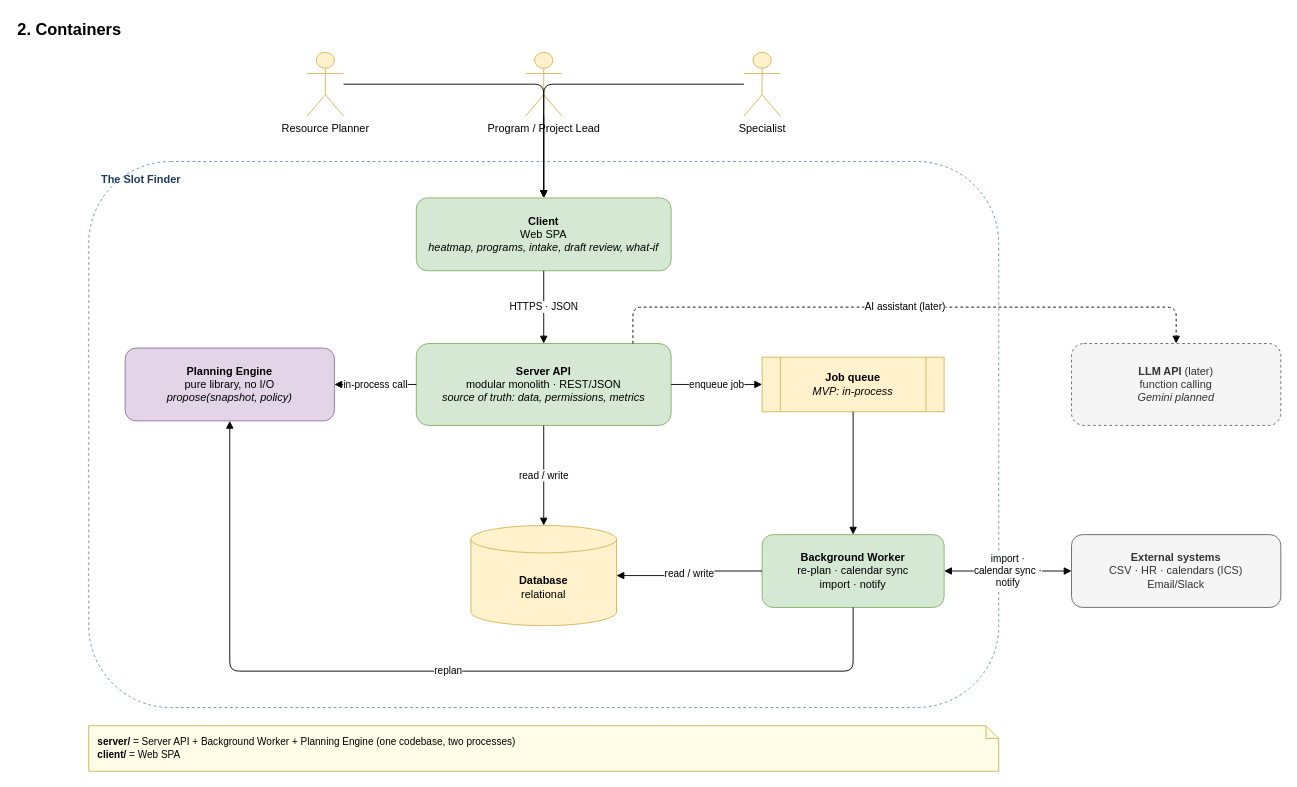
dophnamm/the-slot-finder keeps this draw.io diagram as page "2. Containers" (2 of 9) of docs/architecture.drawio. Above is the earlier version. Source tidied: cells renumbered, new cells numbered last; positions are measured from the earlier drawing's top-left corner, leaving out a move shared by most shapes. Both pictures are drawn from the tidied source at 91%, with x=0, y=0 at pixel (15, 15).
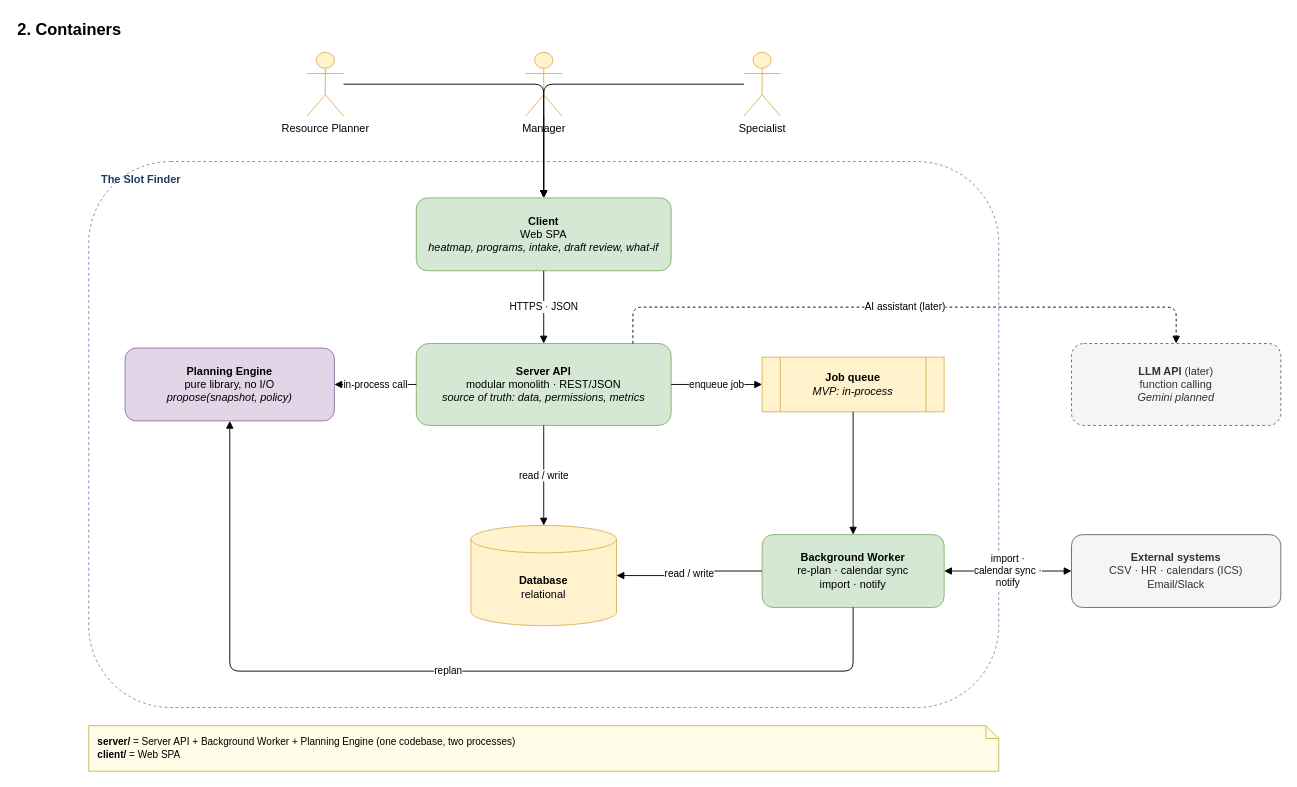
The same diagram, later.

Commit message (it also covers changes not shown here):
docs: program teams, the data model by layer, loading states

Diff of the diagram source:
```diff
@@
-    <mxCell id="4" value="Program / Project Lead" style="shape=umlActor;verticalLabelPosition=bottom;verticalAlign=top;html=1;outlineConnect=0;fillColor=#fff2cc;strokeColor=#d6b656;" parent="1" vertex="1">
+    <mxCell id="4" value="Manager" style="shape=umlActor;verticalLabelPosition=bottom;verticalAlign=top;html=1;outlineConnect=0;fillColor=#fff2cc;strokeColor=#d6b656;" parent="1" vertex="1">
       <mxGeometry x="560" y="40" width="40" height="70" as="geometry" />
     </mxCell>
```
